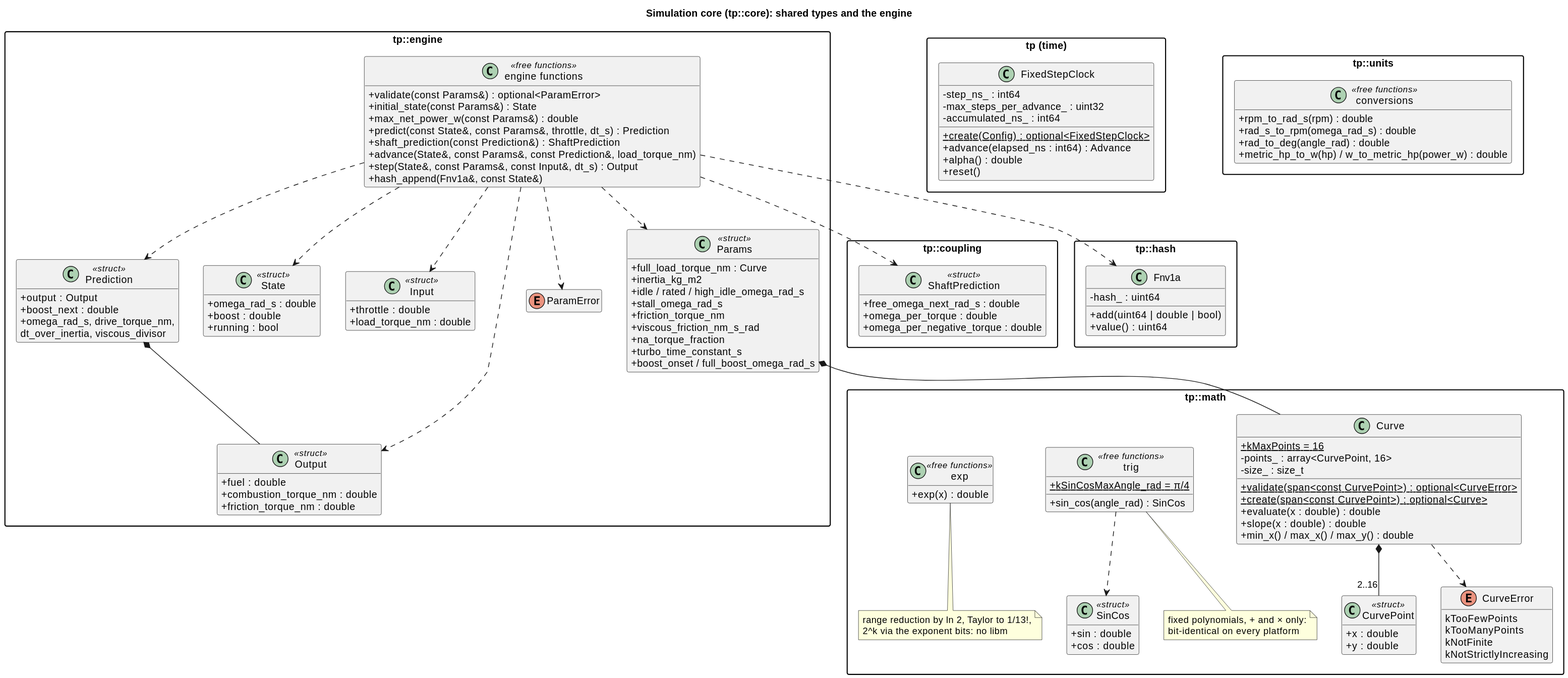
Before: docs/diagrams/svg/core_classes.svg, a diagram exported from PlantUML (wversteeg/TractorPulling).
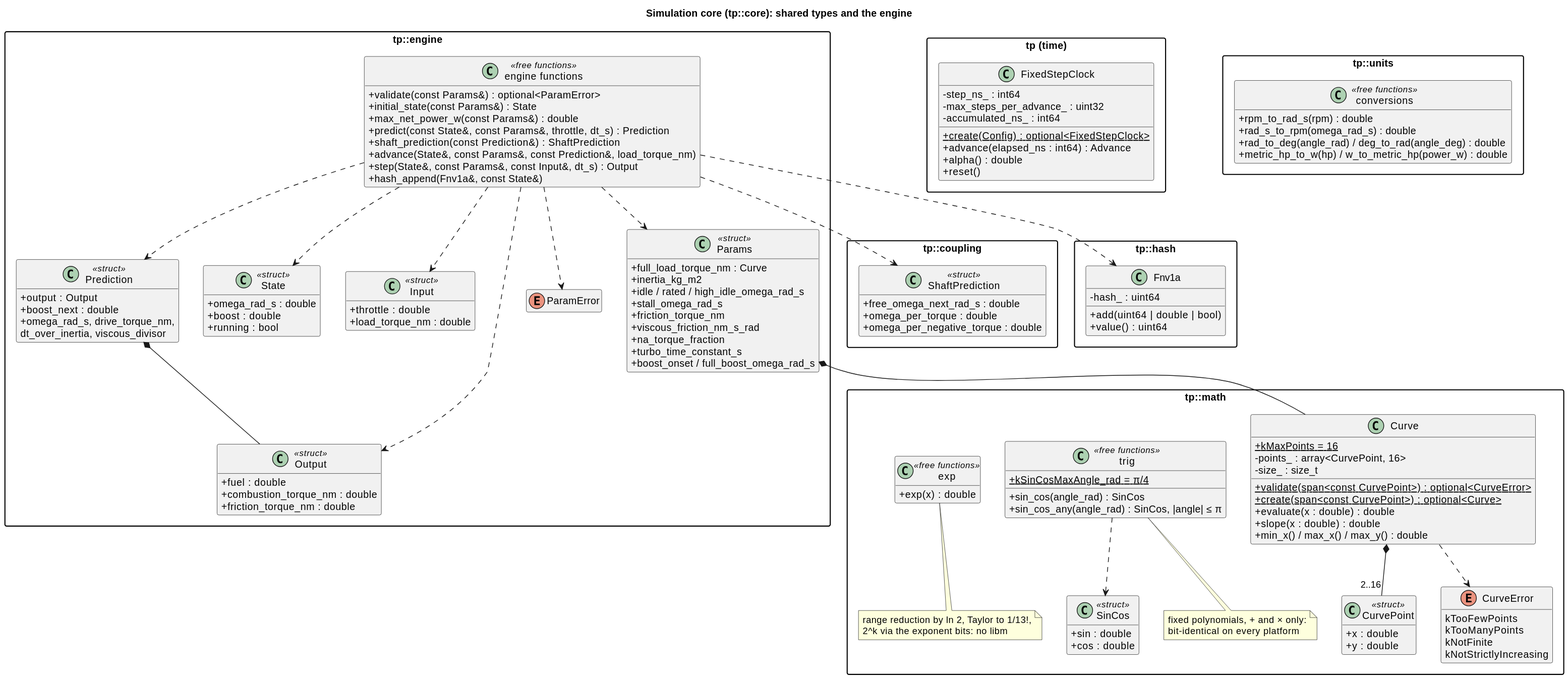
Above is the later version.

Change to the diagram source:
```diff
@@ -42,6 +42,7 @@
     class "trig" as Trig <<free functions>> {
       +{static} kSinCosMaxAngle_rad = π/4
       +sin_cos(angle_rad) : SinCos
+      +sin_cos_any(angle_rad) : SinCos, |angle| ≤ π
     }
     Trig ..> SinCos
     note bottom of Trig
@@ -138,7 +139,7 @@
     class "conversions" as Units <<free functions>> {
       +rpm_to_rad_s(rpm) : double
       +rad_s_to_rpm(omega_rad_s) : double
-      +rad_to_deg(angle_rad) : double
+      +rad_to_deg(angle_rad) / deg_to_rad(angle_deg) : double
       +metric_hp_to_w(hp) / w_to_metric_hp(power_w) : double
     }
   }
```
